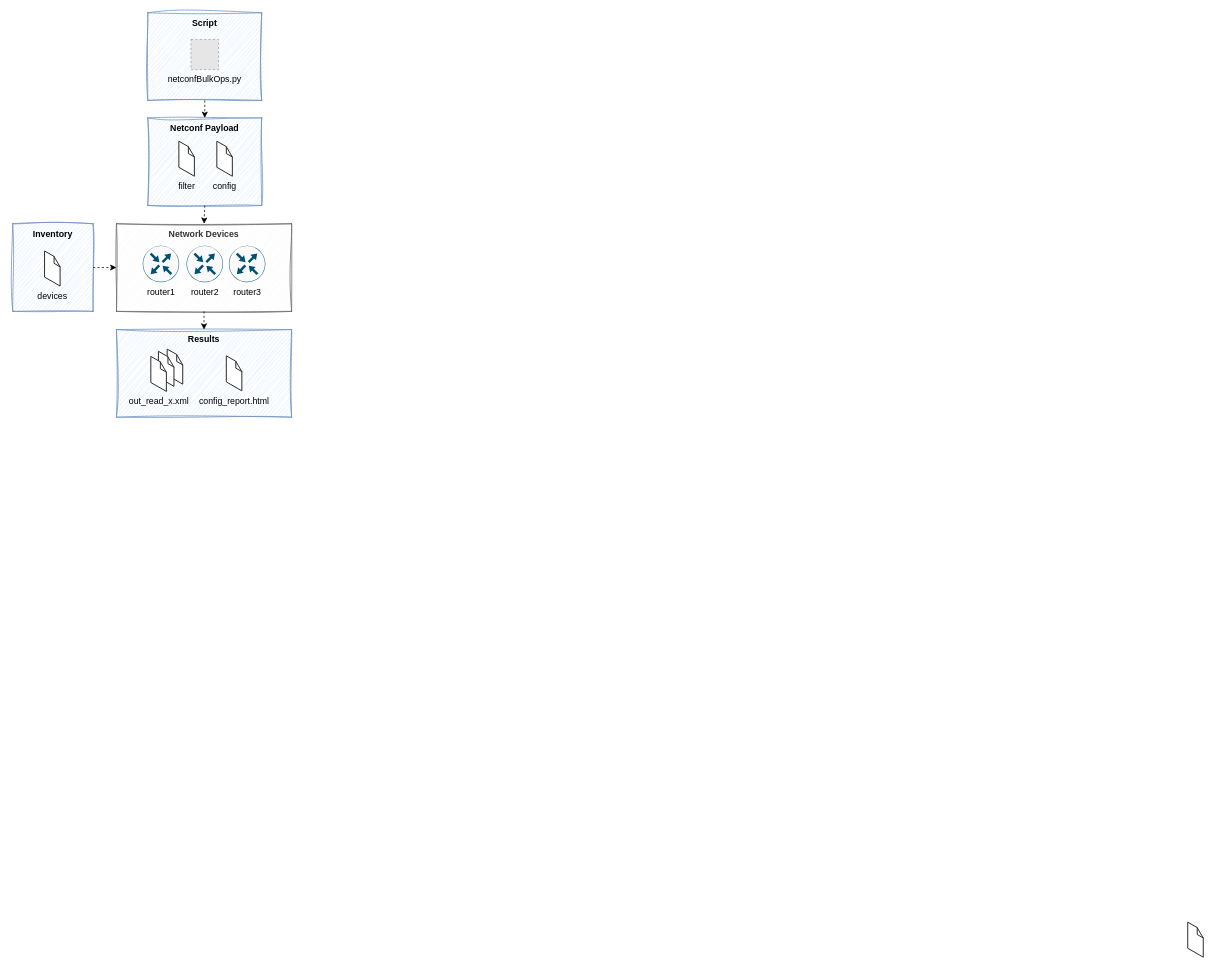
This is doc/images/ncbo.drawio from spie-ics-ag/netconfBulkOps, a draw.io file, before an edit. Source tidied: cells renumbered, new cells numbered last; positions are measured from the earlier drawing's top-left corner, leaving out a move shared by most shapes. Both pictures are drawn from the tidied source at 73%, with x=0, y=0 at pixel (12, 12). Pictures stored in the file or linked from it are replaced by grey dashed boxes.
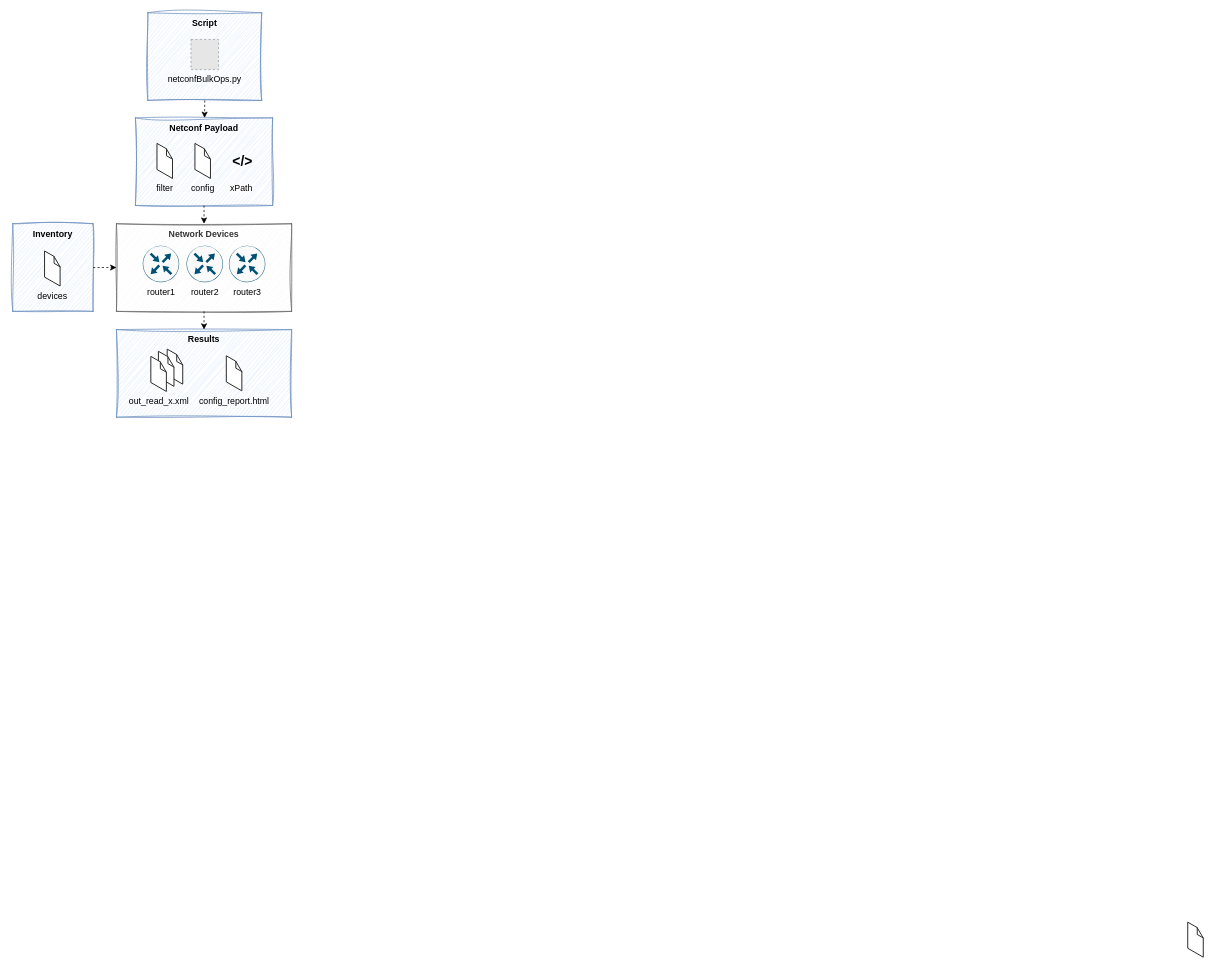
After the change.

Commit message (it also covers changes not shown here):
xPath option added

What changed in the source:
```diff
@@
     <mxCell id="6" value="&lt;b&gt;Netconf Payload&lt;/b&gt;" style="rounded=0;whiteSpace=wrap;html=1;sketch=1;curveFitting=1;jiggle=2;fillColor=#dae8fc;strokeColor=#6c8ebf;verticalAlign=top;" parent="1" vertex="1">
-      <mxGeometry x="185" y="144" width="156" height="120" as="geometry" />
+      <mxGeometry x="168" y="144" width="188" height="120" as="geometry" />
     </mxCell>
@@
     <mxCell id="14" value="filter" style="verticalLabelPosition=bottom;html=1;verticalAlign=top;strokeWidth=1;align=center;dashed=0;shape=mxgraph.aws3d.file;strokeColor=#292929;" parent="1" vertex="1">
-      <mxGeometry x="228" y="176.2" width="20.8" height="47.7" as="geometry" />
+      <mxGeometry x="198" y="179.2" width="20.8" height="47.7" as="geometry" />
     </mxCell>
     <mxCell id="15" value="config" style="verticalLabelPosition=bottom;html=1;verticalAlign=top;strokeWidth=1;align=center;dashed=0;shape=mxgraph.aws3d.file;strokeColor=#292929;" parent="1" vertex="1">
-      <mxGeometry x="280" y="176.2" width="20.8" height="47.7" as="geometry" />
+      <mxGeometry x="250" y="179.2" width="20.8" height="47.7" as="geometry" />
     </mxCell>
@@
+    <mxCell id="23" value="&lt;font style=&quot;font-size: 19px;&quot;&gt;&amp;lt;/&amp;gt;&lt;/font&gt;" style="text;html=1;strokeColor=none;fillColor=none;align=center;verticalAlign=middle;whiteSpace=wrap;rounded=0;fontStyle=1;" parent="1" vertex="1">
+      <mxGeometry x="284.9" y="189" width="60" height="30" as="geometry" />
+    </mxCell>
+    <mxCell id="24" value="&lt;span style=&quot;color: rgb(0, 0, 0); font-family: Helvetica; font-size: 12px; font-style: normal; font-variant-ligatures: normal; font-variant-caps: normal; font-weight: 400; letter-spacing: normal; orphans: 2; text-align: center; text-indent: 0px; text-transform: none; widows: 2; word-spacing: 0px; -webkit-text-stroke-width: 0px; background-color: rgb(251, 251, 251); text-decoration-thickness: initial; text-decoration-style: initial; text-decoration-color: initial; float: none; display: inline !important;&quot;&gt;xPath&lt;/span&gt;" style="text;whiteSpace=wrap;html=1;" parent="1" vertex="1">
+      <mxGeometry x="296" y="226.8" width="70" height="40" as="geometry" />
+    </mxCell>
```
